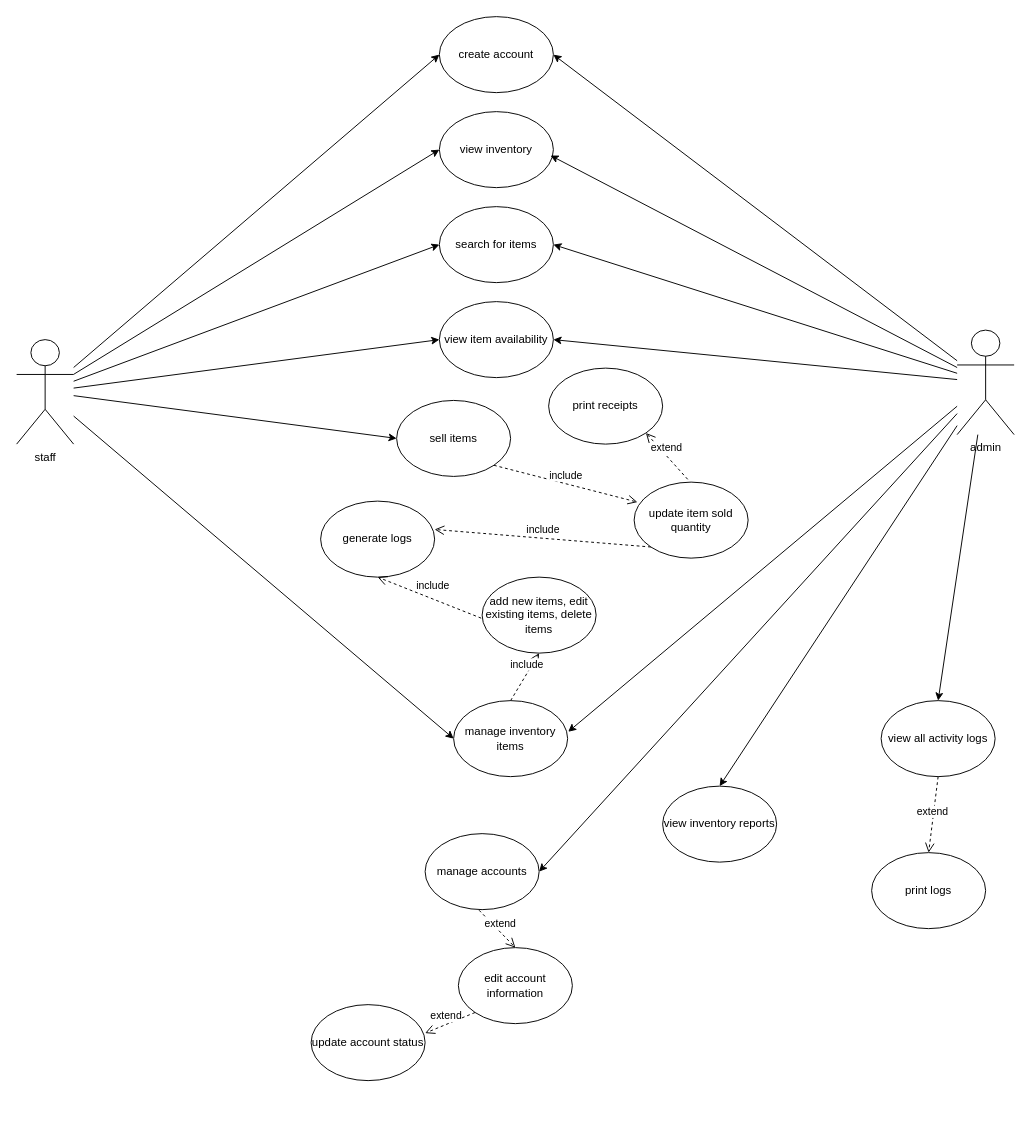
Earlier version of the draw.io diagram Files/Usecase-diagram.drawio (archieamas11/queenz_inventory_system). Source tidied: cells renumbered, new cells numbered last; positions are measured from the earlier drawing's top-left corner, leaving out a move shared by most shapes. Both pictures are drawn from the tidied source at 95%, with x=0, y=0 at pixel (16, 16).
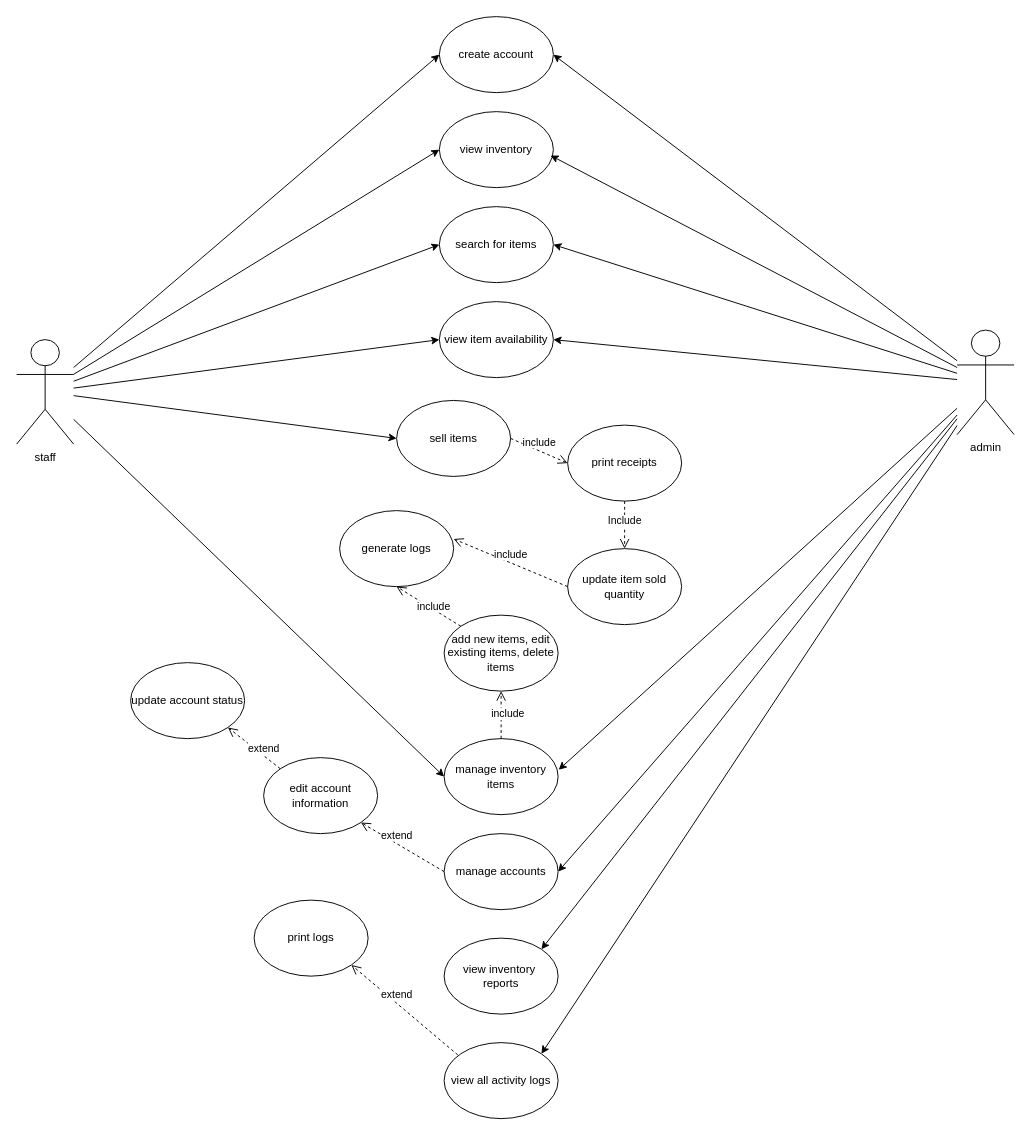
Above is the later version.

The change refers to these unchanged cells:
```xml
<mxCell id="15" value="admin" style="shape=umlActor;verticalLabelPosition=bottom;verticalAlign=top;html=1;outlineConnect=0;" parent="1" vertex="1">
  <mxGeometry x="990" y="330" width="60" height="110" as="geometry" />
</mxCell>
<mxCell id="18" value="sell items" style="ellipse;whiteSpace=wrap;html=1;" parent="1" vertex="1">
  <mxGeometry x="400" y="404" width="120" height="80" as="geometry" />
</mxCell>
```

Change to the diagram source:
```diff
@@
-    <mxCell id="13" style="edgeStyle=none;rounded=0;jettySize=auto;html=1;entryX=0.5;entryY=0;entryDx=0;entryDy=0;" parent="1" edge="1" source="15" target="24">
+    <mxCell id="13" style="edgeStyle=none;rounded=0;jettySize=auto;html=1;entryX=1;entryY=0;entryDx=0;entryDy=0;" parent="1" edge="1" source="15" target="24">
       <mxGeometry relative="1" as="geometry" />
     </mxCell>
-    <mxCell id="14" style="edgeStyle=none;rounded=0;jettySize=auto;html=1;entryX=0.5;entryY=0;entryDx=0;entryDy=0;" parent="1" edge="1" source="15" target="39">
+    <mxCell id="14" style="edgeStyle=none;rounded=0;jettySize=auto;html=1;entryX=1;entryY=0;entryDx=0;entryDy=0;" parent="1" edge="1" source="15" target="39">
       <mxGeometry relative="1" as="geometry" />
     </mxCell>
@@
-    <mxCell id="20" value="include" style="html=1;verticalAlign=bottom;endArrow=open;dashed=1;endSize=8;curved=0;rounded=0;exitX=1;exitY=1;exitDx=0;exitDy=0;entryX=0.029;entryY=0.263;entryDx=0;entryDy=0;entryPerimeter=0;" parent="1" edge="1" source="18" target="27">
+    <mxCell id="20" value="include" style="html=1;verticalAlign=bottom;endArrow=open;dashed=1;endSize=8;curved=0;rounded=0;exitX=1;exitY=0.5;exitDx=0;exitDy=0;entryX=0;entryY=0.5;entryDx=0;entryDy=0;" parent="1" edge="1" source="18" target="28">
       <mxGeometry relative="1" as="geometry" />
     </mxCell>
     <mxCell id="21" value="manage inventory items" style="ellipse;whiteSpace=wrap;html=1;" parent="1" vertex="1">
-      <mxGeometry x="460" y="720" width="120" height="80" as="geometry" />
+      <mxGeometry x="450" y="760" width="120" height="80" as="geometry" />
     </mxCell>
     <mxCell id="22" value="add new items, edit existing items, delete items" style="ellipse;whiteSpace=wrap;html=1;" parent="1" vertex="1">
-      <mxGeometry x="490" y="590" width="120" height="80" as="geometry" />
+      <mxGeometry x="450" y="630" width="120" height="80" as="geometry" />
     </mxCell>
     <mxCell id="23" value="include" style="html=1;verticalAlign=bottom;endArrow=open;dashed=1;endSize=8;curved=0;rounded=0;entryX=0.5;entryY=1;entryDx=0;entryDy=0;exitX=0.5;exitY=0;exitDx=0;exitDy=0;" parent="1" edge="1" source="21" target="22">
-      <mxGeometry x="0.15" relative="1" as="geometry" />
+      <mxGeometry x="-0.31" y="-7" relative="1" as="geometry" />
     </mxCell>
-    <mxCell id="24" value="view inventory reports" style="ellipse;whiteSpace=wrap;html=1;" parent="1" vertex="1">
-      <mxGeometry x="680" y="810" width="120" height="80" as="geometry" />
+    <mxCell id="24" value="view inventory&amp;nbsp;&lt;div&gt;reports&lt;/div&gt;" style="ellipse;whiteSpace=wrap;html=1;" parent="1" vertex="1">
+      <mxGeometry x="450" y="970" width="120" height="80" as="geometry" />
     </mxCell>
@@
     <mxCell id="27" value="update item sold quantity" style="ellipse;whiteSpace=wrap;html=1;" parent="1" vertex="1">
-      <mxGeometry x="650" y="490" width="120" height="80" as="geometry" />
+      <mxGeometry x="580" y="560" width="120" height="80" as="geometry" />
     </mxCell>
     <mxCell id="28" value="print receipts" style="ellipse;whiteSpace=wrap;html=1;" parent="1" vertex="1">
-      <mxGeometry x="560" y="370" width="120" height="80" as="geometry" />
+      <mxGeometry x="580" y="430" width="120" height="80" as="geometry" />
     </mxCell>
-    <mxCell id="29" value="extend" style="html=1;verticalAlign=bottom;endArrow=open;dashed=1;endSize=8;curved=0;rounded=0;exitX=0.47;exitY=-0.037;exitDx=0;exitDy=0;entryX=1;entryY=1;entryDx=0;entryDy=0;exitPerimeter=0;" parent="1" edge="1" source="27" target="28">
-      <mxGeometry relative="1" as="geometry" />
+    <mxCell id="29" value="Include" style="html=1;verticalAlign=bottom;endArrow=open;dashed=1;endSize=8;curved=0;rounded=0;exitX=0.5;exitY=1;exitDx=0;exitDy=0;entryX=0.5;entryY=0;entryDx=0;entryDy=0;" parent="1" edge="1" source="28" target="27">
+      <mxGeometry x="0.2" relative="1" as="geometry" />
     </mxCell>
     <mxCell id="30" value="generate logs" style="ellipse;whiteSpace=wrap;html=1;" parent="1" vertex="1">
-      <mxGeometry x="320" y="510" width="120" height="80" as="geometry" />
+      <mxGeometry x="340" y="520" width="120" height="80" as="geometry" />
     </mxCell>
-    <mxCell id="31" value="include" style="html=1;verticalAlign=bottom;endArrow=open;dashed=1;endSize=8;curved=0;rounded=0;exitX=0;exitY=1;exitDx=0;exitDy=0;entryX=1;entryY=0.373;entryDx=0;entryDy=0;entryPerimeter=0;" parent="1" edge="1" source="27" target="30">
+    <mxCell id="31" value="include" style="html=1;verticalAlign=bottom;endArrow=open;dashed=1;endSize=8;curved=0;rounded=0;exitX=0;exitY=0.5;exitDx=0;exitDy=0;entryX=1;entryY=0.373;entryDx=0;entryDy=0;entryPerimeter=0;" parent="1" edge="1" source="27" target="30">
       <mxGeometry relative="1" as="geometry" />
     </mxCell>
-    <mxCell id="32" value="include" style="html=1;verticalAlign=bottom;endArrow=open;dashed=1;endSize=8;curved=0;rounded=0;exitX=-0.008;exitY=0.54;exitDx=0;exitDy=0;entryX=0.5;entryY=1;entryDx=0;entryDy=0;exitPerimeter=0;" parent="1" edge="1" source="22" target="30">
-      <mxGeometry x="-0.03" y="-5" relative="1" as="geometry" />
+    <mxCell id="32" value="include" style="html=1;verticalAlign=bottom;endArrow=open;dashed=1;endSize=8;curved=0;rounded=0;exitX=0;exitY=0;exitDx=0;exitDy=0;entryX=0.5;entryY=1;entryDx=0;entryDy=0;" parent="1" edge="1" source="22" target="30">
+      <mxGeometry x="-0.25" y="5" relative="1" as="geometry" />
     </mxCell>
@@
     <mxCell id="34" value="manage accounts" style="ellipse;whiteSpace=wrap;html=1;" parent="1" vertex="1">
-      <mxGeometry x="430" y="860" width="120" height="80" as="geometry" />
+      <mxGeometry x="450" y="860" width="120" height="80" as="geometry" />
     </mxCell>
     <mxCell id="35" value="edit account information" style="ellipse;whiteSpace=wrap;html=1;" parent="1" vertex="1">
-      <mxGeometry x="465" y="980" width="120" height="80" as="geometry" />
+      <mxGeometry x="260" y="780" width="120" height="80" as="geometry" />
     </mxCell>
-    <mxCell id="36" value="extend" style="html=1;verticalAlign=bottom;endArrow=open;dashed=1;endSize=8;curved=0;rounded=0;entryX=0.5;entryY=0;entryDx=0;entryDy=0;exitX=0.473;exitY=1.008;exitDx=0;exitDy=0;exitPerimeter=0;" parent="1" edge="1" source="34" target="35">
+    <mxCell id="36" value="extend" style="html=1;verticalAlign=bottom;endArrow=open;dashed=1;endSize=8;curved=0;rounded=0;entryX=1;entryY=1;entryDx=0;entryDy=0;exitX=0;exitY=0.5;exitDx=0;exitDy=0;" parent="1" edge="1" source="34" target="35">
       <mxGeometry x="0.15" relative="1" as="geometry" />
     </mxCell>
     <mxCell id="37" value="update account status" style="ellipse;whiteSpace=wrap;html=1;" parent="1" vertex="1">
-      <mxGeometry x="310" y="1040" width="120" height="80" as="geometry" />
+      <mxGeometry x="120" y="680" width="120" height="80" as="geometry" />
     </mxCell>
-    <mxCell id="38" value="extend" style="html=1;verticalAlign=bottom;endArrow=open;dashed=1;endSize=8;curved=0;rounded=0;entryX=1;entryY=0.375;entryDx=0;entryDy=0;exitX=0;exitY=1;exitDx=0;exitDy=0;entryPerimeter=0;" parent="1" edge="1" source="35" target="37">
-      <mxGeometry x="0.15" relative="1" as="geometry" />
+    <mxCell id="38" value="extend" style="html=1;verticalAlign=bottom;endArrow=open;dashed=1;endSize=8;curved=0;rounded=0;entryX=1;entryY=1;entryDx=0;entryDy=0;exitX=0;exitY=0;exitDx=0;exitDy=0;" parent="1" edge="1" source="35" target="37">
+      <mxGeometry x="-0.4" y="2" relative="1" as="geometry" />
     </mxCell>
     <mxCell id="39" value="view all activity logs" style="ellipse;whiteSpace=wrap;html=1;" parent="1" vertex="1">
-      <mxGeometry x="910" y="720" width="120" height="80" as="geometry" />
+      <mxGeometry x="450" y="1080" width="120" height="80" as="geometry" />
     </mxCell>
     <mxCell id="40" value="print logs" style="ellipse;whiteSpace=wrap;html=1;" parent="1" vertex="1">
-      <mxGeometry x="900" y="880" width="120" height="80" as="geometry" />
+      <mxGeometry x="250" y="930" width="120" height="80" as="geometry" />
     </mxCell>
-    <mxCell id="41" value="extend" style="html=1;verticalAlign=bottom;endArrow=open;dashed=1;endSize=8;curved=0;rounded=0;entryX=0.5;entryY=0;entryDx=0;entryDy=0;exitX=0.5;exitY=1;exitDx=0;exitDy=0;" parent="1" edge="1" source="39" target="40">
+    <mxCell id="41" value="extend" style="html=1;verticalAlign=bottom;endArrow=open;dashed=1;endSize=8;curved=0;rounded=0;entryX=1;entryY=1;entryDx=0;entryDy=0;exitX=0.12;exitY=0.162;exitDx=0;exitDy=0;exitPerimeter=0;" parent="1" edge="1" source="39" target="40">
       <mxGeometry x="0.15" relative="1" as="geometry" />
     </mxCell>
```
